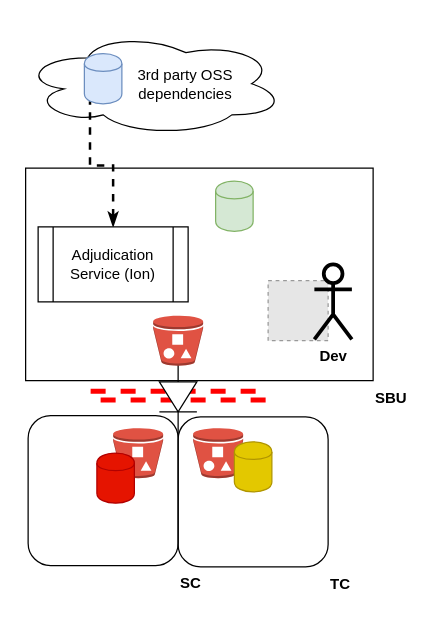
Above: pacific flow.drawio in johnmod3/SelectPress (draw.io), before the change. Source tidied: cells renumbered, new cells numbered last; positions are measured from the earlier drawing's top-left corner, leaving out a move shared by most shapes. Both pictures are drawn from the tidied source at 125%, with x=0, y=0 at pixel (21, 31). Pictures stored in the file or linked from it are replaced by grey dashed boxes.
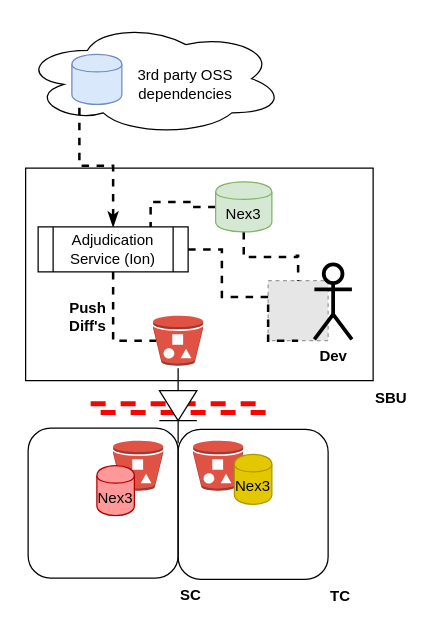
The same page after the edit.

The change refers to these unchanged cells:
```xml
<mxCell id="3" style="fillColor=#E6E6E6;strokeColor=#999999;dashed=1;html=1;verticalAlign=top;verticalLabelPosition=bottom;labelBackgroundColor=#ffffff;rotation=-90;" parent="1" vertex="1">
  <mxGeometry x="197" y="199" width="48" height="48" as="geometry" />
</mxCell>
<mxCell id="9" style="outlineConnect=0;dashed=0;verticalLabelPosition=bottom;verticalAlign=top;align=center;html=1;shape=mxgraph.aws3.bucket_with_objects;fillColor=#E05243;gradientColor=none;" parent="1" vertex="1">
  <mxGeometry x="105" y="227" width="40" height="40" as="geometry" />
</mxCell>
```

Diff of the diagram source:
```diff
@@
     <mxCell id="4" value="SC" style="rounded=1;whiteSpace=wrap;html=1;fillColor=none;labelPosition=right;verticalLabelPosition=bottom;align=left;verticalAlign=top;fontStyle=1;" parent="1" vertex="1">
-      <mxGeometry x="5" y="307" width="120" height="120" as="geometry" />
+      <mxGeometry x="5" y="317" width="120" height="120" as="geometry" />
     </mxCell>
     <mxCell id="5" value="&lt;div style=&quot;text-align: right&quot;&gt;TC&lt;/div&gt;" style="rounded=1;whiteSpace=wrap;html=1;fillColor=none;labelPosition=right;verticalLabelPosition=bottom;align=left;verticalAlign=top;fontStyle=1;" parent="1" vertex="1">
-      <mxGeometry x="125" y="308" width="120" height="120" as="geometry" />
+      <mxGeometry x="125" y="318" width="120" height="120" as="geometry" />
     </mxCell>
     <mxCell id="6" style="shape=link;html=1;fillColor=#a20025;strokeColor=#FF0000;strokeWidth=4;dashed=1;" parent="1" edge="1">
       <mxGeometry relative="1" as="geometry">
-        <mxPoint x="55" y="291" as="sourcePoint" />
-        <mxPoint x="195" y="291" as="targetPoint" />
+        <mxPoint x="55" y="301" as="sourcePoint" />
+        <mxPoint x="195" y="301" as="targetPoint" />
         <Array as="points">
-          <mxPoint x="125" y="291" />
+          <mxPoint x="125" y="301" />
         </Array>
       </mxGeometry>
     </mxCell>
     <mxCell id="7" style="fillColor=#000000;verticalLabelPosition=bottom;shadow=0;dashed=0;align=center;fillColor=#ffffff;html=1;verticalAlign=top;strokeWidth=1;shape=mxgraph.electrical.diodes.diode;rotation=90;" parent="1" vertex="1">
-      <mxGeometry x="95" y="277" width="60" height="30" as="geometry" />
+      <mxGeometry x="95" y="284" width="60" height="30" as="geometry" />
     </mxCell>
     <mxCell id="8" style="ellipse;shape=cloud;whiteSpace=wrap;html=1;" parent="1" vertex="1">
-      <mxGeometry width="210" height="83" as="geometry" />
+      <mxGeometry y="-8" width="210" height="91" as="geometry" />
     </mxCell>
@@
     <mxCell id="10" style="dashed=0;verticalLabelPosition=bottom;verticalAlign=top;align=center;html=1;shape=mxgraph.aws3.bucket_with_objects;fillColor=#E05243;gradientColor=none;" parent="1" vertex="1">
-      <mxGeometry x="73" y="317" width="40" height="40" as="geometry" />
+      <mxGeometry x="73" y="327" width="40" height="40" as="geometry" />
     </mxCell>
@@
+    <mxCell id="20" style="edgeStyle=orthogonalEdgeStyle;rounded=0;jettySize=auto;html=1;entryX=0;entryY=0.5;entryDx=0;entryDy=0;dashed=1;startArrow=none;startFill=0;endArrow=none;endFill=0;strokeColor=#000000;strokeWidth=2;" parent="1" edge="1" source="12" target="3">
+      <mxGeometry relative="1" as="geometry">
+        <Array as="points">
+          <mxPoint x="160" y="174" />
+          <mxPoint x="160" y="212" />
+          <mxPoint x="197" y="212" />
+        </Array>
+      </mxGeometry>
+    </mxCell>
+    <mxCell id="21" style="edgeStyle=orthogonalEdgeStyle;rounded=0;jettySize=auto;html=1;entryX=0.06;entryY=0.5;entryDx=0;entryDy=0;entryPerimeter=0;dashed=1;startArrow=none;startFill=0;endArrow=none;endFill=0;strokeColor=#000000;strokeWidth=2;" parent="1" edge="1" source="12" target="9">
+      <mxGeometry relative="1" as="geometry">
+        <Array as="points">
+          <mxPoint x="73" y="247" />
+        </Array>
+      </mxGeometry>
+    </mxCell>
     <mxCell id="12" value="Adjudication Service (Ion)" style="shape=process;whiteSpace=wrap;html=1;backgroundOutline=1;" parent="1" vertex="1">
-      <mxGeometry x="13" y="156" width="120" height="60" as="geometry" />
+      <mxGeometry x="13" y="156" width="120" height="36" as="geometry" />
     </mxCell>
     <mxCell id="13" style="dashed=0;verticalLabelPosition=bottom;verticalAlign=top;align=center;html=1;shape=mxgraph.aws3.bucket_with_objects;fillColor=#E05243;gradientColor=none;" parent="1" vertex="1">
-      <mxGeometry x="137" y="317" width="40" height="40" as="geometry" />
+      <mxGeometry x="137" y="327" width="40" height="40" as="geometry" />
     </mxCell>
@@
     <mxCell id="15" style="shape=cylinder;whiteSpace=wrap;html=1;boundedLbl=1;backgroundOutline=1;fillColor=#dae8fc;strokeColor=#6c8ebf;" parent="1" vertex="1">
-      <mxGeometry x="50" y="17.5" width="30" height="40" as="geometry" />
+      <mxGeometry x="40" y="18" width="40" height="40" as="geometry" />
     </mxCell>
@@
-    <mxCell id="17" style="shape=cylinder;whiteSpace=wrap;html=1;boundedLbl=1;backgroundOutline=1;fillColor=#e51400;strokeColor=#B20000;fontColor=#ffffff;" parent="1" vertex="1">
-      <mxGeometry x="60" y="337" width="30" height="40" as="geometry" />
+    <mxCell id="17" value="&lt;font color=&quot;#000000&quot;&gt;Nex3&lt;/font&gt;" style="shape=cylinder;whiteSpace=wrap;html=1;boundedLbl=1;backgroundOutline=1;fillColor=#FF9999;strokeColor=#B20000;fontColor=#ffffff;" parent="1" vertex="1">
+      <mxGeometry x="60" y="347" width="30" height="40" as="geometry" />
     </mxCell>
-    <mxCell id="18" style="shape=cylinder;whiteSpace=wrap;html=1;boundedLbl=1;backgroundOutline=1;fillColor=#e3c800;strokeColor=#B09500;fontColor=#ffffff;" parent="1" vertex="1">
-      <mxGeometry x="170" y="328" width="30" height="40" as="geometry" />
+    <mxCell id="18" value="&lt;font color=&quot;#000000&quot;&gt;Nex3&lt;/font&gt;" style="shape=cylinder;whiteSpace=wrap;html=1;boundedLbl=1;backgroundOutline=1;fillColor=#e3c800;strokeColor=#B09500;fontColor=#ffffff;" parent="1" vertex="1">
+      <mxGeometry x="170" y="338" width="30" height="40" as="geometry" />
     </mxCell>
+    <mxCell id="22" style="edgeStyle=orthogonalEdgeStyle;rounded=0;jettySize=auto;html=1;entryX=0.75;entryY=0;entryDx=0;entryDy=0;dashed=1;startArrow=none;startFill=0;endArrow=none;endFill=0;strokeColor=#000000;strokeWidth=2;" parent="1" edge="1" source="19" target="12">
+      <mxGeometry relative="1" as="geometry" />
+    </mxCell>
+    <mxCell id="23" style="edgeStyle=orthogonalEdgeStyle;rounded=0;jettySize=auto;html=1;dashed=1;startArrow=none;startFill=0;endArrow=none;endFill=0;strokeColor=#000000;strokeWidth=2;" parent="1" edge="1" source="19" target="3">
+      <mxGeometry relative="1" as="geometry" />
+    </mxCell>
-    <mxCell id="19" style="shape=cylinder;whiteSpace=wrap;html=1;boundedLbl=1;backgroundOutline=1;fillColor=#d5e8d4;strokeColor=#82b366;" parent="1" vertex="1">
-      <mxGeometry x="155" y="119.5" width="30" height="40" as="geometry" />
+    <mxCell id="19" value="Nex3" style="shape=cylinder;whiteSpace=wrap;html=1;boundedLbl=1;backgroundOutline=1;fillColor=#d5e8d4;strokeColor=#82b366;" parent="1" vertex="1">
+      <mxGeometry x="155" y="120" width="45" height="40" as="geometry" />
     </mxCell>
+    <mxCell id="24" value="Push Diff's" style="text;html=1;strokeColor=none;fillColor=none;align=center;verticalAlign=middle;whiteSpace=wrap;rounded=0;fontStyle=1;" parent="1" vertex="1">
+      <mxGeometry x="33" y="218" width="40" height="20" as="geometry" />
+    </mxCell>
```
